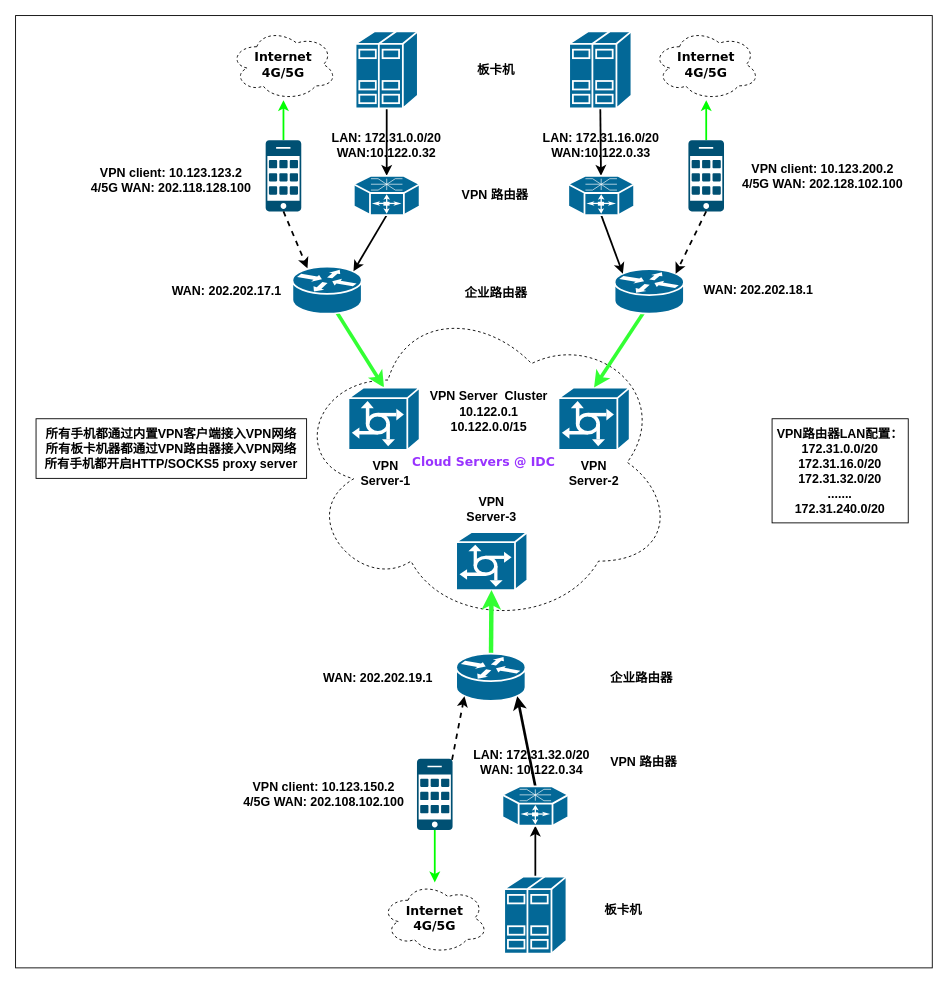
nxtreaming/andy_study keeps this draw.io diagram as Untitled Diagram.drawio. Above is the earlier version. Source tidied: cells renumbered, new cells numbered last; positions are measured from the earlier drawing's top-left corner, leaving out a move shared by most shapes. Both pictures are drawn from the tidied source at 89%, with x=0, y=0 at pixel (15, 15).
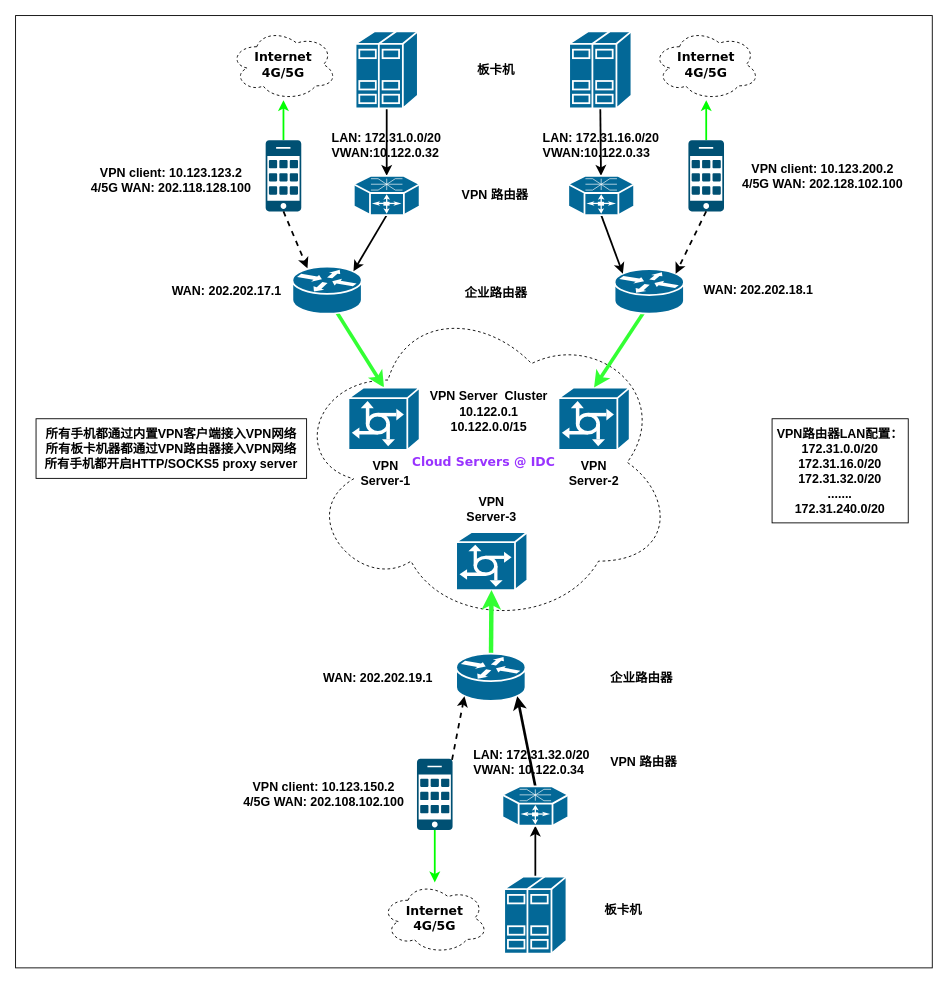
The same diagram, later.

The edit, as a diff of the source:
```diff
@@
-    <mxCell id="54" value="&lt;font style=&quot;font-size: 14px;&quot;&gt;&lt;b&gt;LAN: 172.31.0.0/20&lt;br&gt;WAN:10.122.0.32&lt;br&gt;&lt;/b&gt;&lt;/font&gt;" style="text;strokeColor=none;align=center;fillColor=none;html=1;verticalAlign=middle;whiteSpace=wrap;rounded=0;" parent="1" vertex="1">
+    <mxCell id="54" value="&lt;font style=&quot;font-size: 14px;&quot;&gt;&lt;b&gt;LAN: 172.31.0.0/20&lt;br&gt;&lt;div style=&quot;text-align: left;&quot;&gt;&lt;b style=&quot;background-color: initial;&quot;&gt;VWAN:10.122.0.32&lt;/b&gt;&lt;/div&gt;&lt;/b&gt;&lt;/font&gt;" style="text;strokeColor=none;align=center;fillColor=none;html=1;verticalAlign=middle;whiteSpace=wrap;rounded=0;" parent="1" vertex="1">
       <mxGeometry x="347" y="130" width="140" height="30" as="geometry" />
     </mxCell>
-    <mxCell id="55" value="&lt;font style=&quot;font-size: 14px;&quot;&gt;&lt;b&gt;LAN: 172.31.16.0/20&lt;br&gt;WAN:10.122.0.33&lt;br&gt;&lt;/b&gt;&lt;/font&gt;" style="text;strokeColor=none;align=center;fillColor=none;html=1;verticalAlign=middle;whiteSpace=wrap;rounded=0;" parent="1" vertex="1">
+    <mxCell id="55" value="&lt;font style=&quot;font-size: 14px;&quot;&gt;&lt;b&gt;LAN: 172.31.16.0/20&lt;br&gt;&lt;div style=&quot;text-align: left;&quot;&gt;&lt;b style=&quot;background-color: initial;&quot;&gt;VWAN:10.122.0.33&lt;/b&gt;&lt;/div&gt;&lt;/b&gt;&lt;/font&gt;" style="text;strokeColor=none;align=center;fillColor=none;html=1;verticalAlign=middle;whiteSpace=wrap;rounded=0;" parent="1" vertex="1">
       <mxGeometry x="588" y="130" width="140" height="30" as="geometry" />
     </mxCell>
-    <mxCell id="56" value="&lt;font style=&quot;font-size: 14px;&quot;&gt;&lt;b&gt;LAN: 172.31.32.0/20&lt;br&gt;WAN: 10.122.0.34&lt;br&gt;&lt;/b&gt;&lt;/font&gt;" style="text;strokeColor=none;align=center;fillColor=none;html=1;verticalAlign=middle;whiteSpace=wrap;rounded=0;" parent="1" vertex="1">
+    <mxCell id="56" value="&lt;font style=&quot;font-size: 14px;&quot;&gt;&lt;b&gt;LAN: 172.31.32.0/20&lt;br&gt;&lt;div style=&quot;text-align: left;&quot;&gt;&lt;b style=&quot;background-color: initial;&quot;&gt;VWAN: 10.122.0.34&lt;/b&gt;&lt;/div&gt;&lt;/b&gt;&lt;/font&gt;" style="text;strokeColor=none;align=center;fillColor=none;html=1;verticalAlign=middle;whiteSpace=wrap;rounded=0;" parent="1" vertex="1">
       <mxGeometry x="510" y="824" width="140" height="30" as="geometry" />
     </mxCell>
```
